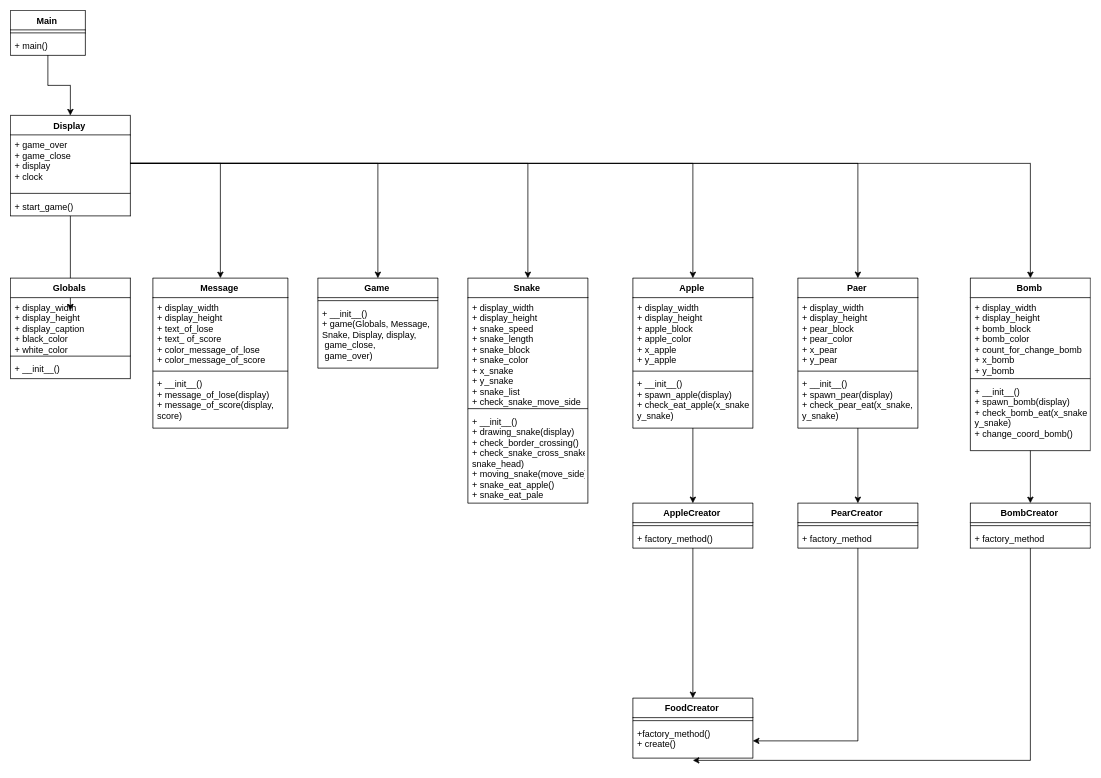
This is UML.png from boyasha/atp-tp-project, a draw.io export, as it was before one commit. Source tidied: cells renumbered, new cells last; positions are measured from the earlier drawing's top-left corner, leaving out a move shared by most shapes.
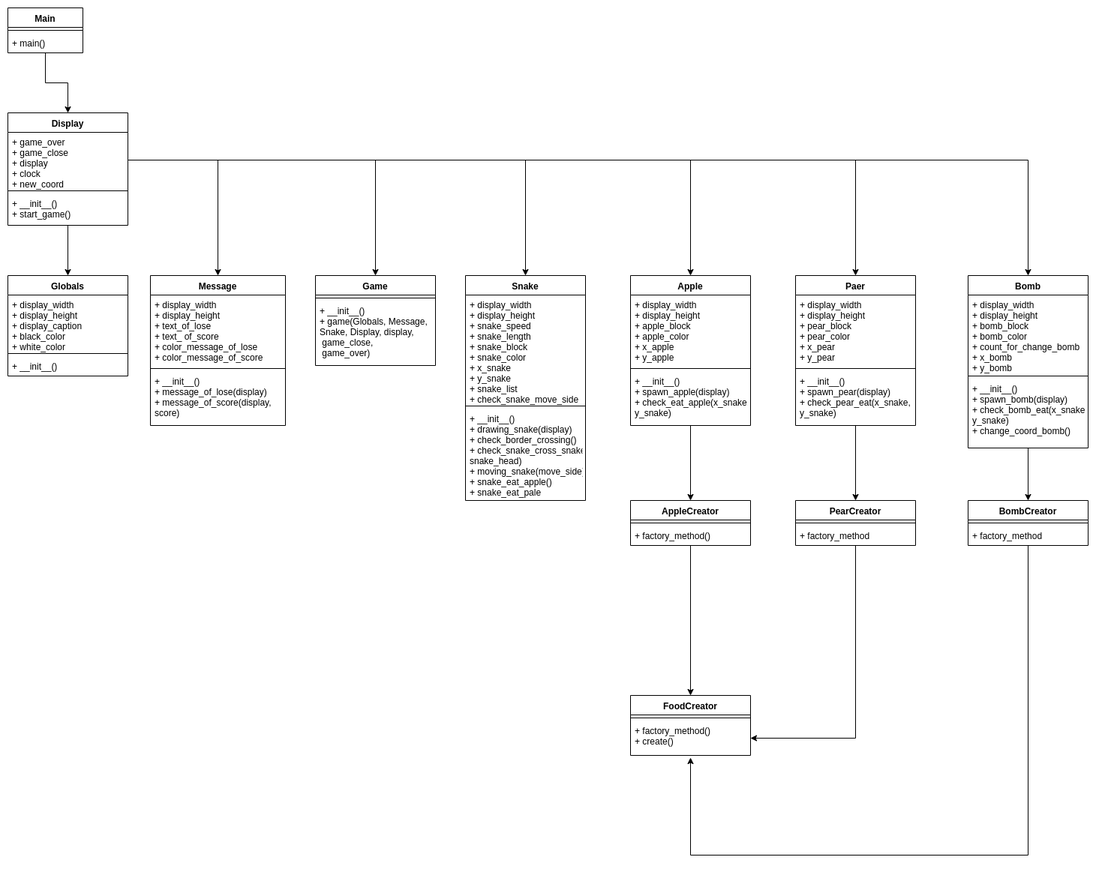
The same diagram one commit later.

Change to the diagram source:
```diff
@@ -14,22 +14,20 @@
     <mxCell id="5" value="+ main()" style="text;strokeColor=none;fillColor=none;align=left;verticalAlign=top;spacingLeft=4;spacingRight=4;overflow=hidden;" parent="3" vertex="1">
       <mxGeometry y="34" width="100" height="26" as="geometry" />
     </mxCell>
-    <mxCell id="6" style="edgeStyle=orthogonalEdgeStyle;rounded=0;jettySize=auto;html=1;" parent="1" edge="1" source="7">
-      <mxGeometry relative="1" as="geometry">
-        <mxPoint x="80" y="400" as="targetPoint" />
-      </mxGeometry>
-    </mxCell>
+    <mxCell id="62" style="edgeStyle=orthogonalEdgeStyle;rounded=0;jettySize=auto;html=1;entryX=0.5;entryY=0;entryDx=0;entryDy=0;" parent="1" edge="1" source="7" target="11">
+      <mxGeometry relative="1" as="geometry" />
+    </mxCell>
     <mxCell id="7" value="Display" style="swimlane;fontStyle=1;align=center;verticalAlign=top;horizontal=1;startSize=26;" parent="1" vertex="1">
-      <mxGeometry y="140" width="160" height="134" as="geometry" />
+      <mxGeometry y="140" width="160" height="150" as="geometry" />
     </mxCell>
-    <mxCell id="8" value="+ game_over&#10;+ game_close&#10;+ display&#10;+ clock" style="text;strokeColor=none;fillColor=none;align=left;verticalAlign=top;spacingLeft=4;spacingRight=4;overflow=hidden;points=[[0,0.5],[1,0.5]];portConstraint=eastwest;" parent="7" vertex="1">
+    <mxCell id="8" value="+ game_over&#10;+ game_close&#10;+ display&#10;+ clock&#10;+ new_coord" style="text;strokeColor=none;fillColor=none;align=left;verticalAlign=top;spacingLeft=4;spacingRight=4;overflow=hidden;points=[[0,0.5],[1,0.5]];portConstraint=eastwest;" parent="7" vertex="1">
       <mxGeometry y="26" width="160" height="74" as="geometry" />
     </mxCell>
     <mxCell id="9" style="line;strokeWidth=1;fillColor=none;align=left;verticalAlign=middle;spacingTop=-1;spacingLeft=3;spacingRight=3;labelPosition=right;" parent="7" vertex="1">
       <mxGeometry y="100" width="160" height="8" as="geometry" />
     </mxCell>
-    <mxCell id="10" value="+ start_game()" style="text;strokeColor=none;fillColor=none;align=left;verticalAlign=top;spacingLeft=4;spacingRight=4;overflow=hidden;" parent="7" vertex="1">
-      <mxGeometry y="108" width="160" height="26" as="geometry" />
+    <mxCell id="10" value="+ __init__()&#10;+ start_game()" style="text;strokeColor=none;fillColor=none;align=left;verticalAlign=top;spacingLeft=4;spacingRight=4;overflow=hidden;" parent="7" vertex="1">
+      <mxGeometry y="108" width="160" height="42" as="geometry" />
     </mxCell>
     <mxCell id="11" value="Globals" style="swimlane;fontStyle=1;align=center;verticalAlign=top;horizontal=1;startSize=26;" parent="1" vertex="1">
       <mxGeometry y="357" width="160" height="134" as="geometry" />
@@ -164,7 +162,12 @@
       <mxGeometry y="34" width="160" height="26" as="geometry" />
     </mxCell>
     <mxCell id="55" style="edgeStyle=orthogonalEdgeStyle;rounded=0;jettySize=auto;html=1;entryX=0.5;entryY=1.065;entryDx=0;entryDy=0;entryPerimeter=0;" parent="1" edge="1" source="56" target="61">
-      <mxGeometry relative="1" as="geometry" />
+      <mxGeometry relative="1" as="geometry">
+        <Array as="points">
+          <mxPoint x="1360" y="1130" />
+          <mxPoint x="910" y="1130" />
+        </Array>
+      </mxGeometry>
     </mxCell>
     <mxCell id="56" value="BombCreator" style="swimlane;fontStyle=1;align=center;verticalAlign=top;horizontal=1;startSize=26;" parent="1" vertex="1">
       <mxGeometry x="1280" y="657" width="160" height="60" as="geometry" />
@@ -181,7 +184,7 @@
     <mxCell id="60" style="line;strokeWidth=1;fillColor=none;align=left;verticalAlign=middle;spacingTop=-1;spacingLeft=3;spacingRight=3;labelPosition=right;" parent="59" vertex="1">
       <mxGeometry y="26" width="160" height="8" as="geometry" />
     </mxCell>
-    <mxCell id="61" value="+factory_method()&#10;+ create()" style="text;strokeColor=none;fillColor=none;align=left;verticalAlign=top;spacingLeft=4;spacingRight=4;overflow=hidden;points=[[0,0.5],[1,0.5]];portConstraint=eastwest;" parent="59" vertex="1">
+    <mxCell id="61" value="+ factory_method()&#10;+ create()" style="text;strokeColor=none;fillColor=none;align=left;verticalAlign=top;spacingLeft=4;spacingRight=4;overflow=hidden;points=[[0,0.5],[1,0.5]];portConstraint=eastwest;" parent="59" vertex="1">
       <mxGeometry y="34" width="160" height="46" as="geometry" />
     </mxCell>
   </root>
```
